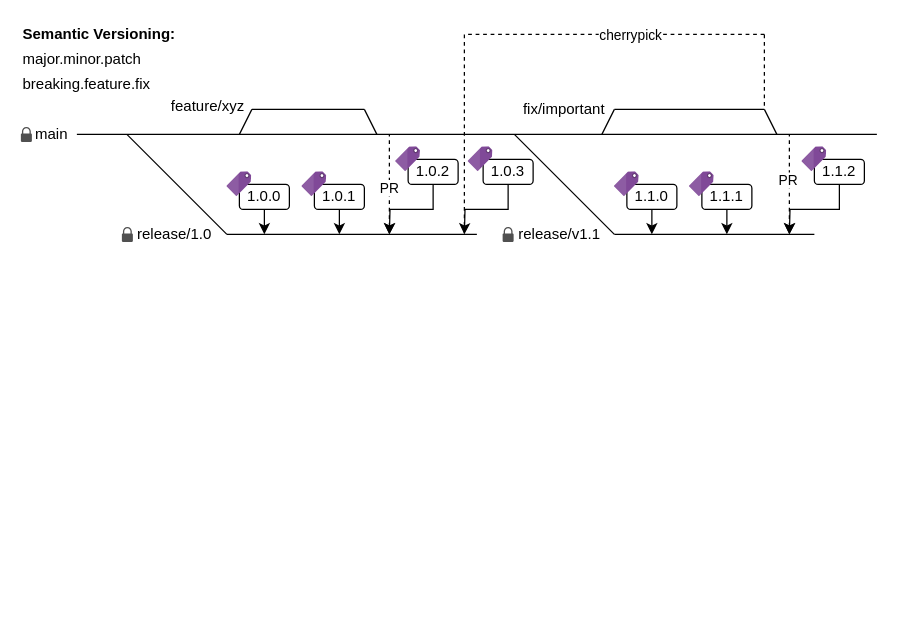
Above: drawings/branching.drawio in wemogy/documentation (draw.io), before the change. Source tidied: cells renumbered, new cells numbered last; positions are measured from the earlier drawing's top-left corner, leaving out a move shared by most shapes. Both pictures are drawn from the tidied source at 125%, with x=0, y=0 at pixel (20, 21).
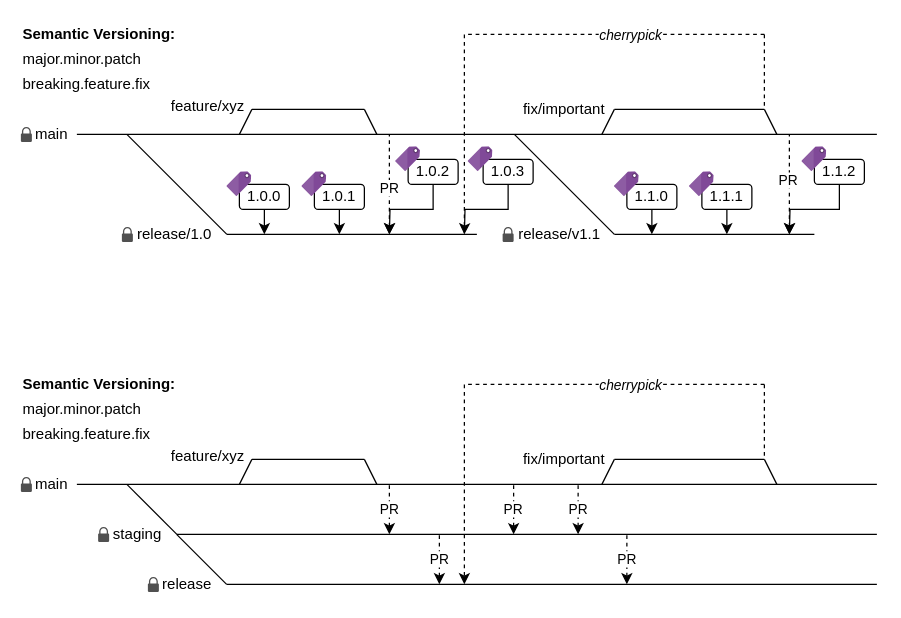
The same diagram, later.

Commit message (it also covers changes not shown here):
Update branching model

Unchanged cells that the change refers to:
```xml
<mxCell id="37" style="endArrow=none;dashed=1;html=1;strokeWidth=1;" parent="1" edge="1">
  <mxGeometry relative="1" as="geometry">
    <mxPoint x="595" y="10" as="sourcePoint" />
    <mxPoint x="355" y="10" as="targetPoint" />
  </mxGeometry>
</mxCell>
```

Diff of the diagram source:
```diff
@@
-    <mxCell id="38" value="cherrypick" style="edgeLabel;html=1;align=center;verticalAlign=middle;" parent="37" vertex="1">
+    <mxCell id="38" value="cherrypick" style="edgeLabel;html=1;align=center;verticalAlign=middle;fontStyle=2;" parent="37" vertex="1">
       <mxGeometry x="-0.29" relative="1" as="geometry">
         <mxPoint x="-22.4" as="offset" />
       </mxGeometry>
     </mxCell>
@@
+    <mxCell id="53" style="endArrow=none;html=1;" parent="1" edge="1">
+      <mxGeometry relative="1" as="geometry">
+        <mxPoint x="45" y="370" as="sourcePoint" />
+        <mxPoint x="685" y="370" as="targetPoint" />
+      </mxGeometry>
+    </mxCell>
+    <mxCell id="54" value="main" style="text;html=1;strokeColor=none;fillColor=none;align=center;verticalAlign=middle;whiteSpace=wrap;rounded=0;" parent="1" vertex="1">
+      <mxGeometry x="5" y="360" width="40" height="20" as="geometry" />
+    </mxCell>
+    <mxCell id="55" style="endArrow=none;html=1;" parent="1" edge="1">
+      <mxGeometry relative="1" as="geometry">
+        <mxPoint x="85" y="370" as="sourcePoint" />
+        <mxPoint x="125" y="410" as="targetPoint" />
+      </mxGeometry>
+    </mxCell>
+    <mxCell id="56" style="endArrow=none;html=1;" parent="1" edge="1">
+      <mxGeometry relative="1" as="geometry">
+        <mxPoint x="125" y="410" as="sourcePoint" />
+        <mxPoint x="685" y="410" as="targetPoint" />
+      </mxGeometry>
+    </mxCell>
+    <mxCell id="57" value="staging" style="text;html=1;strokeColor=none;fillColor=none;align=right;verticalAlign=middle;whiteSpace=wrap;rounded=0;" parent="1" vertex="1">
+      <mxGeometry x="75" y="400" width="40" height="20" as="geometry" />
+    </mxCell>
+    <mxCell id="58" value="major.minor.patch" style="text;html=1;strokeColor=none;fillColor=none;align=left;verticalAlign=middle;whiteSpace=wrap;rounded=0;" parent="1" vertex="1">
+      <mxGeometry x="0.2" y="300" width="120" height="20" as="geometry" />
+    </mxCell>
+    <mxCell id="59" value="breaking.feature.fix" style="text;html=1;strokeColor=none;fillColor=none;align=left;verticalAlign=middle;whiteSpace=wrap;rounded=0;" parent="1" vertex="1">
+      <mxGeometry x="0.2" y="320" width="120" height="20" as="geometry" />
+    </mxCell>
+    <mxCell id="60" style="endArrow=none;html=1;strokeWidth=1;" parent="1" edge="1">
+      <mxGeometry relative="1" as="geometry">
+        <mxPoint x="175" y="370" as="sourcePoint" />
+        <mxPoint x="185" y="350" as="targetPoint" />
+      </mxGeometry>
+    </mxCell>
+    <mxCell id="61" style="endArrow=none;html=1;strokeWidth=1;" parent="1" edge="1">
+      <mxGeometry relative="1" as="geometry">
+        <mxPoint x="185" y="349.9" as="sourcePoint" />
+        <mxPoint x="275" y="349.9" as="targetPoint" />
+      </mxGeometry>
+    </mxCell>
+    <mxCell id="62" value="feature/xyz" style="text;html=1;strokeColor=none;fillColor=none;align=center;verticalAlign=middle;whiteSpace=wrap;rounded=0;" parent="1" vertex="1">
+      <mxGeometry x="130.2" y="338" width="40" height="20" as="geometry" />
+    </mxCell>
+    <mxCell id="63" style="endArrow=none;html=1;strokeWidth=1;" parent="1" edge="1">
+      <mxGeometry relative="1" as="geometry">
+        <mxPoint x="285" y="370" as="sourcePoint" />
+        <mxPoint x="275" y="350" as="targetPoint" />
+      </mxGeometry>
+    </mxCell>
+    <mxCell id="64" style="endArrow=none;dashed=1;html=1;strokeWidth=1;startArrow=classic;startFill=1;" parent="1" edge="1">
+      <mxGeometry relative="1" as="geometry">
+        <mxPoint x="295" y="410" as="sourcePoint" />
+        <mxPoint x="295" y="370" as="targetPoint" />
+      </mxGeometry>
+    </mxCell>
+    <mxCell id="65" value="PR" style="edgeLabel;html=1;align=center;verticalAlign=middle;" parent="64" vertex="1">
+      <mxGeometry x="-0.04" y="1" relative="1" as="geometry">
+        <mxPoint y="-2" as="offset" />
+      </mxGeometry>
+    </mxCell>
+    <mxCell id="66" style="endArrow=none;html=1;strokeWidth=1;" parent="1" edge="1">
+      <mxGeometry relative="1" as="geometry">
+        <mxPoint x="465" y="370" as="sourcePoint" />
+        <mxPoint x="475" y="350" as="targetPoint" />
+      </mxGeometry>
+    </mxCell>
+    <mxCell id="67" value="fix/important" style="text;html=1;strokeColor=none;fillColor=none;align=center;verticalAlign=middle;whiteSpace=wrap;rounded=0;" parent="1" vertex="1">
+      <mxGeometry x="415" y="340" width="40" height="20" as="geometry" />
+    </mxCell>
+    <mxCell id="68" style="endArrow=none;html=1;strokeWidth=1;" parent="1" edge="1">
+      <mxGeometry relative="1" as="geometry">
+        <mxPoint x="475" y="350" as="sourcePoint" />
+        <mxPoint x="595" y="350" as="targetPoint" />
+      </mxGeometry>
+    </mxCell>
+    <mxCell id="69" style="endArrow=none;html=1;strokeWidth=1;" parent="1" edge="1">
+      <mxGeometry relative="1" as="geometry">
+        <mxPoint x="605" y="370" as="sourcePoint" />
+        <mxPoint x="595" y="350" as="targetPoint" />
+      </mxGeometry>
+    </mxCell>
+    <mxCell id="70" style="endArrow=none;dashed=1;html=1;strokeWidth=1;" parent="1" edge="1">
+      <mxGeometry relative="1" as="geometry">
+        <mxPoint x="595" y="290" as="sourcePoint" />
+        <mxPoint x="595" y="350" as="targetPoint" />
+      </mxGeometry>
+    </mxCell>
+    <mxCell id="71" style="endArrow=none;dashed=1;html=1;strokeWidth=1;" parent="1" edge="1">
+      <mxGeometry relative="1" as="geometry">
+        <mxPoint x="595" y="290" as="sourcePoint" />
+        <mxPoint x="355" y="290" as="targetPoint" />
+      </mxGeometry>
+    </mxCell>
+    <mxCell id="72" value="cherrypick" style="edgeLabel;html=1;align=center;verticalAlign=middle;fontStyle=2;" parent="71" vertex="1">
+      <mxGeometry x="-0.29" relative="1" as="geometry">
+        <mxPoint x="-22.4" as="offset" />
+      </mxGeometry>
+    </mxCell>
+    <mxCell id="73" style="endArrow=classic;dashed=1;html=1;strokeWidth=1;endFill=1;" parent="1" edge="1">
+      <mxGeometry relative="1" as="geometry">
+        <mxPoint x="355" y="290" as="sourcePoint" />
+        <mxPoint x="355" y="450" as="targetPoint" />
+      </mxGeometry>
+    </mxCell>
+    <mxCell id="74" style="shadow=0;dashed=0;html=1;strokeColor=none;fillColor=#505050;labelPosition=center;verticalLabelPosition=bottom;verticalAlign=top;align=center;shape=mxgraph.office.security.lock_protected;" parent="1" vertex="1">
+      <mxGeometry x="62" y="404" width="8.8" height="12" as="geometry" />
+    </mxCell>
+    <mxCell id="75" style="shadow=0;dashed=0;html=1;strokeColor=none;fillColor=#505050;labelPosition=center;verticalLabelPosition=bottom;verticalAlign=top;align=center;shape=mxgraph.office.security.lock_protected;" parent="1" vertex="1">
+      <mxGeometry x="0.2" y="364" width="8.8" height="12" as="geometry" />
+    </mxCell>
+    <mxCell id="76" value="&lt;b&gt;Semantic Versioning:&lt;/b&gt;" style="text;html=1;strokeColor=none;fillColor=none;align=left;verticalAlign=middle;whiteSpace=wrap;rounded=0;" parent="1" vertex="1">
+      <mxGeometry x="0.2" y="280" width="130" height="20" as="geometry" />
+    </mxCell>
+    <mxCell id="77" style="endArrow=none;html=1;" parent="1" edge="1">
+      <mxGeometry relative="1" as="geometry">
+        <mxPoint x="124.8" y="410" as="sourcePoint" />
+        <mxPoint x="164.8" y="450" as="targetPoint" />
+      </mxGeometry>
+    </mxCell>
+    <mxCell id="78" style="endArrow=none;html=1;" parent="1" edge="1">
+      <mxGeometry relative="1" as="geometry">
+        <mxPoint x="164.8" y="450" as="sourcePoint" />
+        <mxPoint x="685" y="450" as="targetPoint" />
+      </mxGeometry>
+    </mxCell>
+    <mxCell id="79" value="release" style="text;html=1;strokeColor=none;fillColor=none;align=right;verticalAlign=middle;whiteSpace=wrap;rounded=0;" parent="1" vertex="1">
+      <mxGeometry x="114.8" y="440" width="40" height="20" as="geometry" />
+    </mxCell>
+    <mxCell id="80" style="shadow=0;dashed=0;html=1;strokeColor=none;fillColor=#505050;labelPosition=center;verticalLabelPosition=bottom;verticalAlign=top;align=center;shape=mxgraph.office.security.lock_protected;" parent="1" vertex="1">
+      <mxGeometry x="101.8" y="444" width="8.8" height="12" as="geometry" />
+    </mxCell>
+    <mxCell id="81" style="endArrow=none;dashed=1;html=1;strokeWidth=1;startArrow=classic;startFill=1;" parent="1" edge="1">
+      <mxGeometry relative="1" as="geometry">
+        <mxPoint x="335" y="450" as="sourcePoint" />
+        <mxPoint x="335" y="410" as="targetPoint" />
+      </mxGeometry>
+    </mxCell>
+    <mxCell id="82" value="PR" style="edgeLabel;html=1;align=center;verticalAlign=middle;" parent="81" vertex="1">
+      <mxGeometry x="-0.04" y="1" relative="1" as="geometry">
+        <mxPoint y="-2" as="offset" />
+      </mxGeometry>
+    </mxCell>
+    <mxCell id="83" style="endArrow=none;dashed=1;html=1;strokeWidth=1;startArrow=classic;startFill=1;" parent="1" edge="1">
+      <mxGeometry relative="1" as="geometry">
+        <mxPoint x="394.4" y="410" as="sourcePoint" />
+        <mxPoint x="394.4" y="370" as="targetPoint" />
+      </mxGeometry>
+    </mxCell>
+    <mxCell id="84" value="PR" style="edgeLabel;html=1;align=center;verticalAlign=middle;" parent="83" vertex="1">
+      <mxGeometry x="-0.04" y="1" relative="1" as="geometry">
+        <mxPoint y="-2" as="offset" />
+      </mxGeometry>
+    </mxCell>
+    <mxCell id="85" style="endArrow=none;dashed=1;html=1;strokeWidth=1;startArrow=classic;startFill=1;" parent="1" edge="1">
+      <mxGeometry relative="1" as="geometry">
+        <mxPoint x="485" y="450" as="sourcePoint" />
+        <mxPoint x="485" y="410" as="targetPoint" />
+      </mxGeometry>
+    </mxCell>
+    <mxCell id="86" value="PR" style="edgeLabel;html=1;align=center;verticalAlign=middle;" parent="85" vertex="1">
+      <mxGeometry x="-0.04" y="1" relative="1" as="geometry">
+        <mxPoint y="-2" as="offset" />
+      </mxGeometry>
+    </mxCell>
+    <mxCell id="87" style="endArrow=none;dashed=1;html=1;strokeWidth=1;startArrow=classic;startFill=1;" parent="1" edge="1">
+      <mxGeometry relative="1" as="geometry">
+        <mxPoint x="446" y="410" as="sourcePoint" />
+        <mxPoint x="446" y="370" as="targetPoint" />
+      </mxGeometry>
+    </mxCell>
+    <mxCell id="88" value="PR" style="edgeLabel;html=1;align=center;verticalAlign=middle;" parent="87" vertex="1">
+      <mxGeometry x="-0.04" y="1" relative="1" as="geometry">
+        <mxPoint y="-2" as="offset" />
+      </mxGeometry>
+    </mxCell>
```
